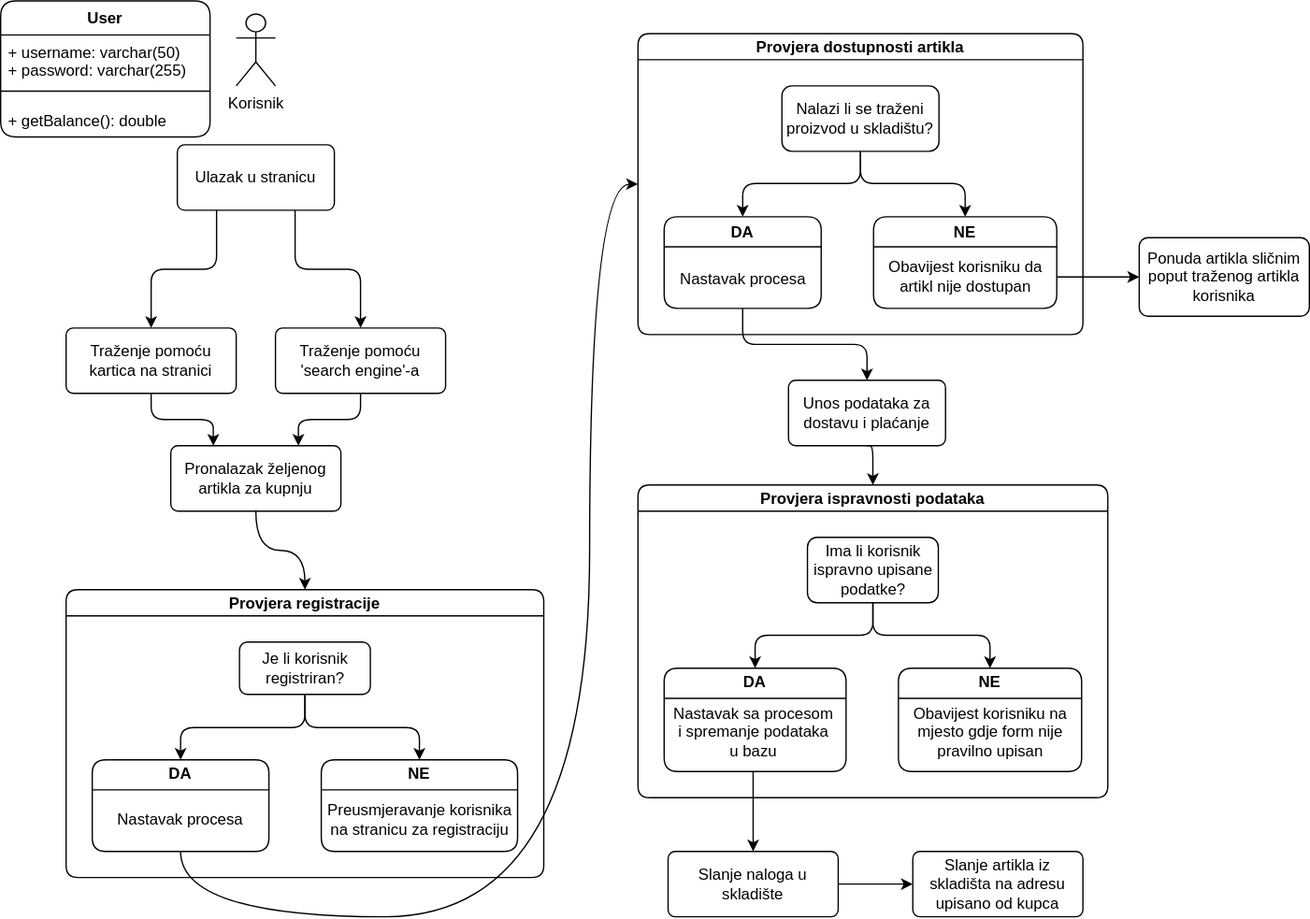
The draw.io diagram Untitled Diagram.drawio.svg in LukaCafuka/Diagrams-TiPK, before a commit. Source tidied: cells renumbered, new cells last; positions are measured from the earlier drawing's top-left corner, leaving out a move shared by most shapes.
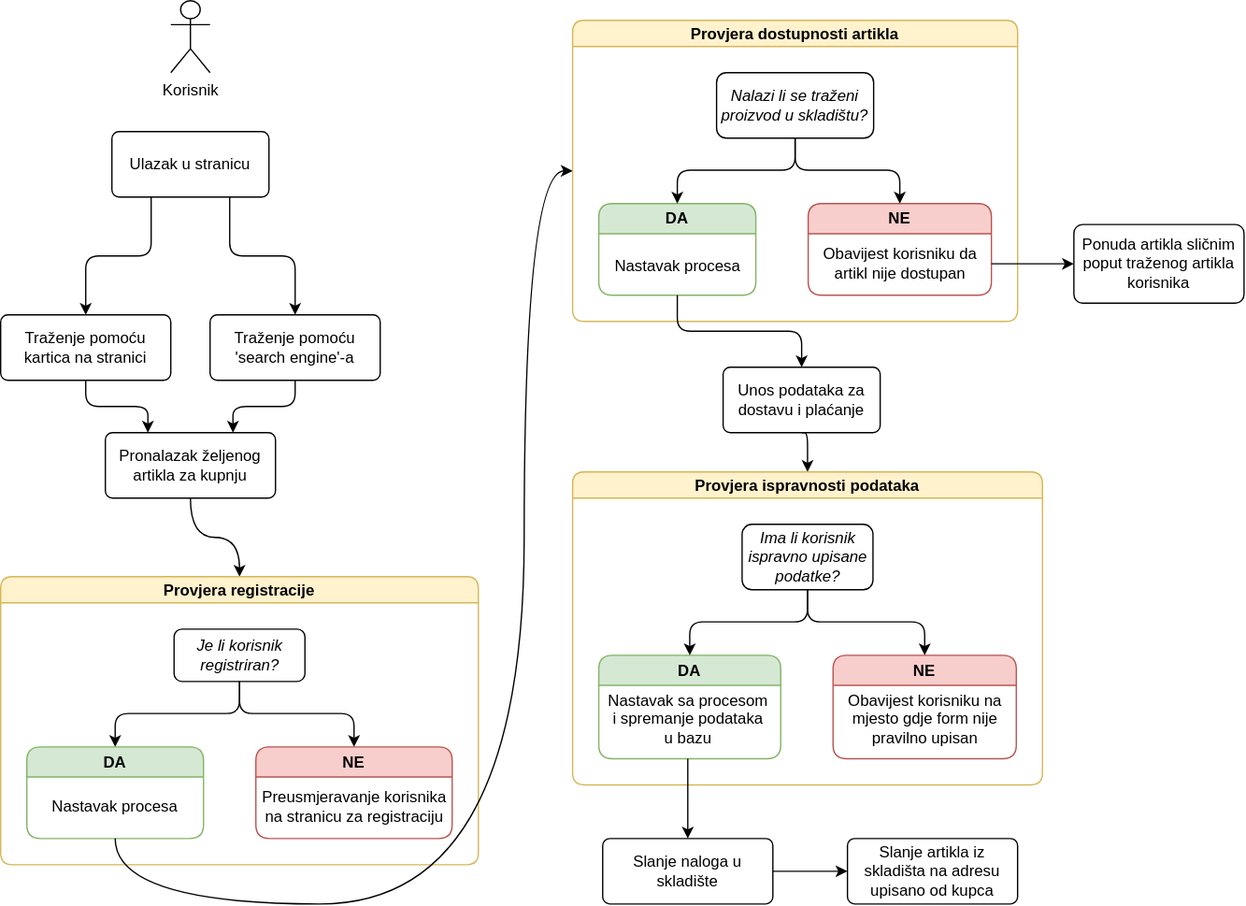
Later version of the same file.

Diff of the diagram source:
```diff
@@ -26,31 +26,19 @@
     <mxCell id="9" value="Traženje pomoću 'search engine'-a" style="whiteSpace=wrap;html=1;rounded=1;shadow=0;comic=0;labelBackgroundColor=none;strokeWidth=1;fontFamily=Helvetica;fontSize=12;align=center;arcSize=11;" parent="1" vertex="1">
       <mxGeometry x="210" y="250" width="130" height="50" as="geometry" />
     </mxCell>
-    <mxCell id="10" value="User" style="swimlane;fontStyle=1;align=center;verticalAlign=top;horizontal=1;startSize=26;rounded=1;" parent="1" vertex="1">
-      <mxGeometry width="160" height="104" as="geometry" />
-    </mxCell>
-    <mxCell id="11" value="+ username: varchar(50)&#10;+ password: varchar(255)" style="text;strokeColor=none;fillColor=none;align=left;verticalAlign=top;spacingLeft=4;spacingRight=4;overflow=hidden;rounded=1;" parent="10" vertex="1">
-      <mxGeometry y="26" width="160" height="34" as="geometry" />
-    </mxCell>
-    <mxCell id="12" style="line;strokeWidth=1;fillColor=none;align=left;verticalAlign=middle;spacingTop=-1;spacingLeft=3;spacingRight=3;labelPosition=right;strokeColor=inherit;rounded=1;" parent="10" vertex="1">
-      <mxGeometry y="60" width="160" height="18" as="geometry" />
-    </mxCell>
-    <mxCell id="13" value="+ getBalance(): double" style="text;strokeColor=none;fillColor=none;align=left;verticalAlign=top;spacingLeft=4;spacingRight=4;overflow=hidden;rounded=1;" parent="10" vertex="1">
-      <mxGeometry y="78" width="160" height="26" as="geometry" />
-    </mxCell>
     <mxCell id="14" style="edgeStyle=orthogonalEdgeStyle;rounded=1;jettySize=auto;html=1;exitX=0.5;exitY=1;exitDx=0;exitDy=0;entryX=0.5;entryY=0;entryDx=0;entryDy=0;curved=1;" parent="1" edge="1" source="15" target="16">
       <mxGeometry relative="1" as="geometry" />
     </mxCell>
     <mxCell id="15" value="Pronalazak željenog artikla za kupnju" style="whiteSpace=wrap;html=1;rounded=1;shadow=0;comic=0;labelBackgroundColor=none;strokeWidth=1;fontFamily=Helvetica;fontSize=12;align=center;arcSize=11;" parent="1" vertex="1">
       <mxGeometry x="130" y="340" width="130" height="50" as="geometry" />
     </mxCell>
-    <mxCell id="16" value="Provjera registracije" style="swimlane;startSize=20;horizontal=1;horizontalTree=0;containerType=tree;fontSize=12;rounded=1;" parent="1" vertex="1">
+    <mxCell id="16" value="Provjera registracije" style="swimlane;startSize=20;horizontal=1;horizontalTree=0;containerType=tree;fontSize=12;rounded=1;fillColor=#fff2cc;strokeColor=#d6b656;" parent="1" vertex="1">
       <mxGeometry x="50" y="450" width="365" height="220" as="geometry" />
     </mxCell>
-    <mxCell id="17" value="Je li korisnik registriran?" style="whiteSpace=wrap;html=1;rounded=1;" parent="16" vertex="1">
+    <mxCell id="17" value="Je li korisnik registriran?" style="whiteSpace=wrap;html=1;rounded=1;fontStyle=2;" parent="16" vertex="1">
       <mxGeometry x="132.5" y="40" width="100" height="40" as="geometry" />
     </mxCell>
-    <mxCell id="18" value="DA" style="swimlane;whiteSpace=wrap;html=1;fontFamily=Helvetica;fontSize=12;fontColor=default;align=center;strokeColor=default;fillColor=default;rounded=1;" parent="16" vertex="1">
+    <mxCell id="18" value="DA" style="swimlane;whiteSpace=wrap;html=1;fontFamily=Helvetica;fontSize=12;align=center;strokeColor=#82b366;fillColor=#d5e8d4;rounded=1;swimlaneLine=1;glass=0;shadow=0;fontStyle=1;" parent="16" vertex="1">
       <mxGeometry x="20" y="130" width="135" height="70" as="geometry" />
     </mxCell>
     <mxCell id="19" value="Nastavak procesa" style="text;html=1;align=center;verticalAlign=middle;strokeColor=none;fillColor=none;" parent="18" vertex="1">
@@ -59,7 +47,7 @@
     <mxCell id="20" style="edgeStyle=elbowEdgeStyle;elbow=vertical;html=1;rounded=1;curved=0;sourcePerimeterSpacing=0;targetPerimeterSpacing=0;startSize=6;endSize=6;" parent="16" edge="1" source="17" target="18">
       <mxGeometry relative="1" as="geometry" />
     </mxCell>
-    <mxCell id="21" value="NE" style="swimlane;whiteSpace=wrap;html=1;fontFamily=Helvetica;fontSize=12;fontColor=default;align=center;strokeColor=default;fillColor=default;rounded=1;" parent="16" vertex="1">
+    <mxCell id="21" value="NE" style="swimlane;whiteSpace=wrap;html=1;fontFamily=Helvetica;fontSize=12;align=center;strokeColor=#b85450;fillColor=#f8cecc;rounded=1;" parent="16" vertex="1">
       <mxGeometry x="195" y="130" width="150" height="70" as="geometry" />
     </mxCell>
     <mxCell id="22" value="Preusmjeravanje korisnika&lt;br&gt;na stranicu za registraciju" style="text;html=1;align=center;verticalAlign=middle;strokeColor=none;fillColor=none;" parent="21" vertex="1">
@@ -68,13 +56,13 @@
     <mxCell id="23" style="edgeStyle=elbowEdgeStyle;elbow=vertical;html=1;rounded=1;curved=0;sourcePerimeterSpacing=0;targetPerimeterSpacing=0;startSize=6;endSize=6;" parent="16" edge="1" source="17" target="21">
       <mxGeometry relative="1" as="geometry" />
     </mxCell>
-    <mxCell id="24" value="Provjera dostupnosti artikla" style="swimlane;startSize=20;horizontal=1;horizontalTree=0;containerType=tree;fontSize=12;rounded=1;" parent="1" vertex="1">
+    <mxCell id="24" value="Provjera dostupnosti artikla" style="swimlane;startSize=20;horizontal=1;horizontalTree=0;containerType=tree;fontSize=12;rounded=1;fillColor=#fff2cc;strokeColor=#d6b656;" parent="1" vertex="1">
       <mxGeometry x="487" y="25" width="340" height="230" as="geometry" />
     </mxCell>
-    <mxCell id="25" value="Nalazi li se traženi proizvod u skladištu?" style="whiteSpace=wrap;html=1;rounded=1;" parent="24" vertex="1">
+    <mxCell id="25" value="Nalazi li se traženi proizvod u skladištu?" style="whiteSpace=wrap;html=1;rounded=1;fontStyle=2;verticalAlign=middle;align=center;labelBackgroundColor=none;" parent="24" vertex="1">
       <mxGeometry x="110" y="40" width="120" height="50" as="geometry" />
     </mxCell>
-    <mxCell id="26" value="DA" style="swimlane;whiteSpace=wrap;html=1;fontFamily=Helvetica;fontSize=12;fontColor=default;align=center;strokeColor=default;fillColor=default;rounded=1;" parent="24" vertex="1">
+    <mxCell id="26" value="DA" style="swimlane;whiteSpace=wrap;html=1;fontFamily=Helvetica;fontSize=12;align=center;strokeColor=#82b366;fillColor=#d5e8d4;rounded=1;" parent="24" vertex="1">
       <mxGeometry x="20" y="140" width="120" height="70" as="geometry" />
     </mxCell>
     <mxCell id="27" value="Nastavak procesa" style="text;html=1;align=center;verticalAlign=middle;strokeColor=none;fillColor=none;" parent="26" vertex="1">
@@ -83,7 +71,7 @@
     <mxCell id="28" style="edgeStyle=elbowEdgeStyle;elbow=vertical;html=1;rounded=1;curved=0;sourcePerimeterSpacing=0;targetPerimeterSpacing=0;startSize=6;endSize=6;" parent="24" edge="1" source="25" target="26">
       <mxGeometry relative="1" as="geometry" />
     </mxCell>
-    <mxCell id="29" value="NE" style="swimlane;whiteSpace=wrap;html=1;fontFamily=Helvetica;fontSize=12;fontColor=default;align=center;strokeColor=default;fillColor=none;gradientColor=default;gradientDirection=east;rounded=1;" parent="24" vertex="1">
+    <mxCell id="29" value="NE" style="swimlane;whiteSpace=wrap;html=1;fontFamily=Helvetica;fontSize=12;align=center;strokeColor=#b85450;fillColor=#f8cecc;gradientDirection=radial;rounded=1;gradientColor=none;" parent="24" vertex="1">
       <mxGeometry x="180" y="140" width="140" height="70" as="geometry" />
     </mxCell>
     <mxCell id="30" value="Obavijest korisniku da&lt;br&gt;artikl nije dostupan" style="text;html=1;align=center;verticalAlign=middle;points=[];strokeColor=none;fillColor=none;" parent="29" vertex="1">
@@ -110,13 +98,13 @@
     <mxCell id="35" style="edgeStyle=orthogonalEdgeStyle;rounded=1;jettySize=auto;html=1;exitX=0.5;exitY=1;exitDx=0;exitDy=0;entryX=0.5;entryY=0;entryDx=0;entryDy=0;" parent="1" edge="1" source="26" target="34">
       <mxGeometry relative="1" as="geometry" />
     </mxCell>
-    <mxCell id="36" value="Provjera ispravnosti podataka" style="swimlane;startSize=20;horizontal=1;horizontalTree=0;containerType=tree;fontSize=12;rounded=1;" parent="1" vertex="1">
+    <mxCell id="36" value="Provjera ispravnosti podataka" style="swimlane;startSize=20;horizontal=1;horizontalTree=0;containerType=tree;fontSize=12;rounded=1;fillColor=#fff2cc;strokeColor=#d6b656;" parent="1" vertex="1">
       <mxGeometry x="487" y="370" width="359" height="239" as="geometry" />
     </mxCell>
-    <mxCell id="37" value="Ima li korisnik ispravno upisane podatke?" style="whiteSpace=wrap;html=1;rounded=1;" parent="36" vertex="1">
+    <mxCell id="37" value="Ima li korisnik ispravno upisane podatke?" style="whiteSpace=wrap;html=1;rounded=1;fontStyle=2;" parent="36" vertex="1">
       <mxGeometry x="129.5" y="40" width="100" height="50" as="geometry" />
     </mxCell>
-    <mxCell id="38" value="DA" style="swimlane;whiteSpace=wrap;html=1;fontFamily=Helvetica;fontSize=12;fontColor=default;align=center;strokeColor=default;fillColor=default;rounded=1;" parent="36" vertex="1">
+    <mxCell id="38" value="DA" style="swimlane;whiteSpace=wrap;html=1;fontFamily=Helvetica;fontSize=12;align=center;strokeColor=#82b366;fillColor=#d5e8d4;rounded=1;" parent="36" vertex="1">
       <mxGeometry x="20" y="140" width="139" height="79" as="geometry" />
     </mxCell>
     <mxCell id="39" value="Nastavak sa procesom&lt;br&gt;i spremanje podataka&lt;br&gt;u bazu" style="text;html=1;align=center;verticalAlign=middle;points=[];strokeColor=none;fillColor=none;" parent="38" vertex="1">
@@ -125,10 +113,10 @@
     <mxCell id="40" style="edgeStyle=elbowEdgeStyle;elbow=vertical;html=1;rounded=1;curved=0;sourcePerimeterSpacing=0;targetPerimeterSpacing=0;startSize=6;endSize=6;" parent="36" edge="1" source="37" target="38">
       <mxGeometry relative="1" as="geometry" />
     </mxCell>
-    <mxCell id="41" value="NE" style="swimlane;whiteSpace=wrap;html=1;fontFamily=Helvetica;fontSize=12;fontColor=default;align=center;strokeColor=default;fillColor=none;gradientColor=default;gradientDirection=east;rounded=1;" parent="36" vertex="1">
+    <mxCell id="41" value="NE" style="swimlane;whiteSpace=wrap;html=1;fontFamily=Helvetica;fontSize=12;align=center;strokeColor=#b85450;fillColor=#f8cecc;gradientDirection=east;rounded=1;" parent="36" vertex="1">
       <mxGeometry x="199" y="140" width="140" height="79" as="geometry" />
     </mxCell>
-    <mxCell id="42" value="Obavijest korisniku na&lt;br&gt;mjesto gdje form nije&lt;br&gt;pravilno upisan" style="text;html=1;align=center;verticalAlign=middle;strokeColor=none;fillColor=none;" parent="41" vertex="1">
+    <mxCell id="42" value="Obavijest korisniku na&lt;br&gt;mjesto gdje form nije&lt;br&gt;pravilno upisan" style="text;html=1;align=center;verticalAlign=middle;strokeColor=none;fillColor=none;labelBackgroundColor=none;" parent="41" vertex="1">
       <mxGeometry y="19" width="140" height="60" as="geometry" />
     </mxCell>
     <mxCell id="43" style="edgeStyle=elbowEdgeStyle;elbow=vertical;html=1;rounded=1;curved=0;sourcePerimeterSpacing=0;targetPerimeterSpacing=0;startSize=6;endSize=6;" parent="36" edge="1" source="37" target="41">
```
